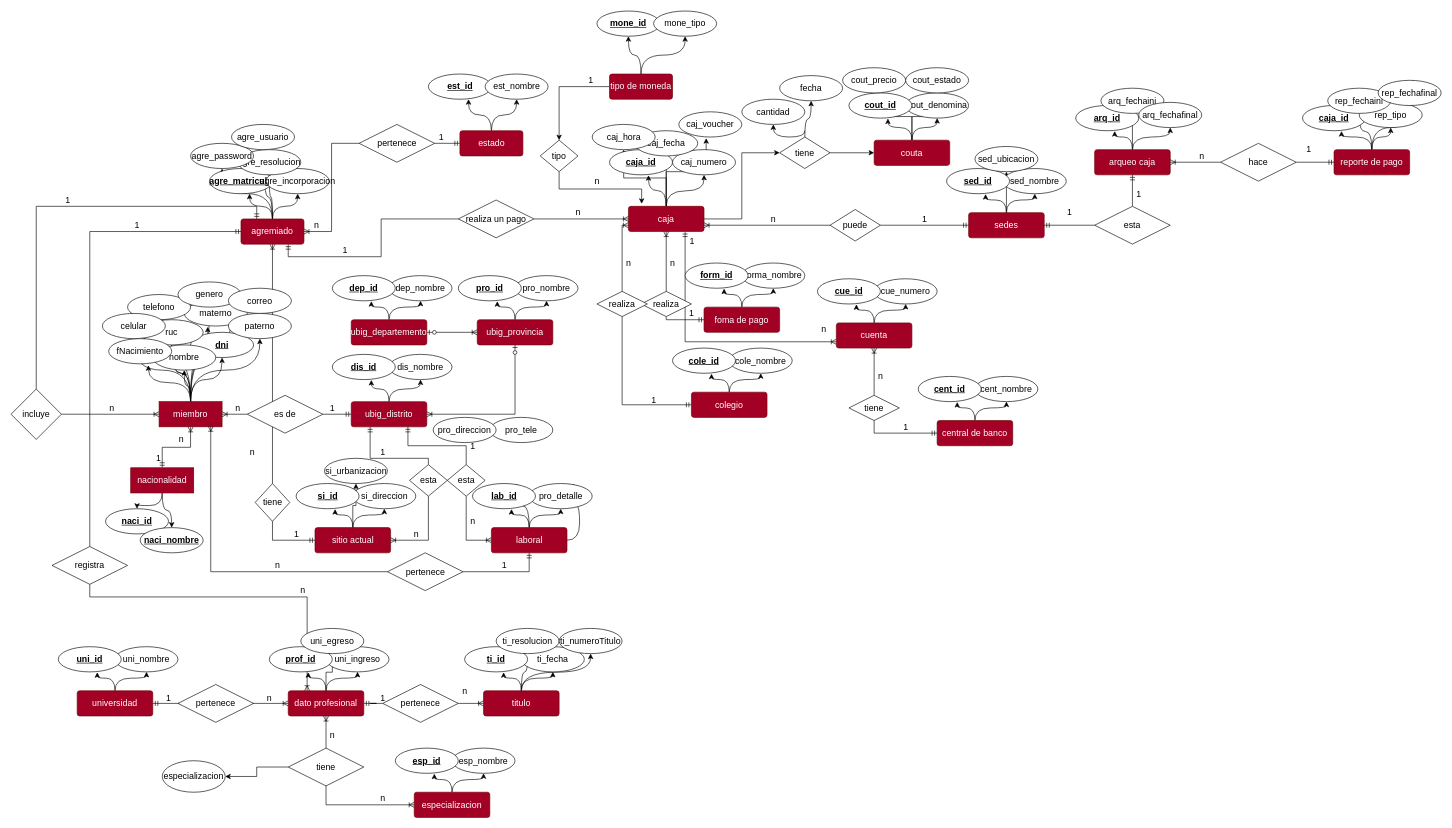
Above: examenbasededatos.drawio in armindnwyr/tda3 (draw.io), before the change. Source tidied: cells renumbered, new cells numbered last; positions are measured from the earlier drawing's top-left corner, leaving out a move shared by most shapes. Both pictures are drawn from the tidied source at 63%, with x=0, y=0 at pixel (11, 11).
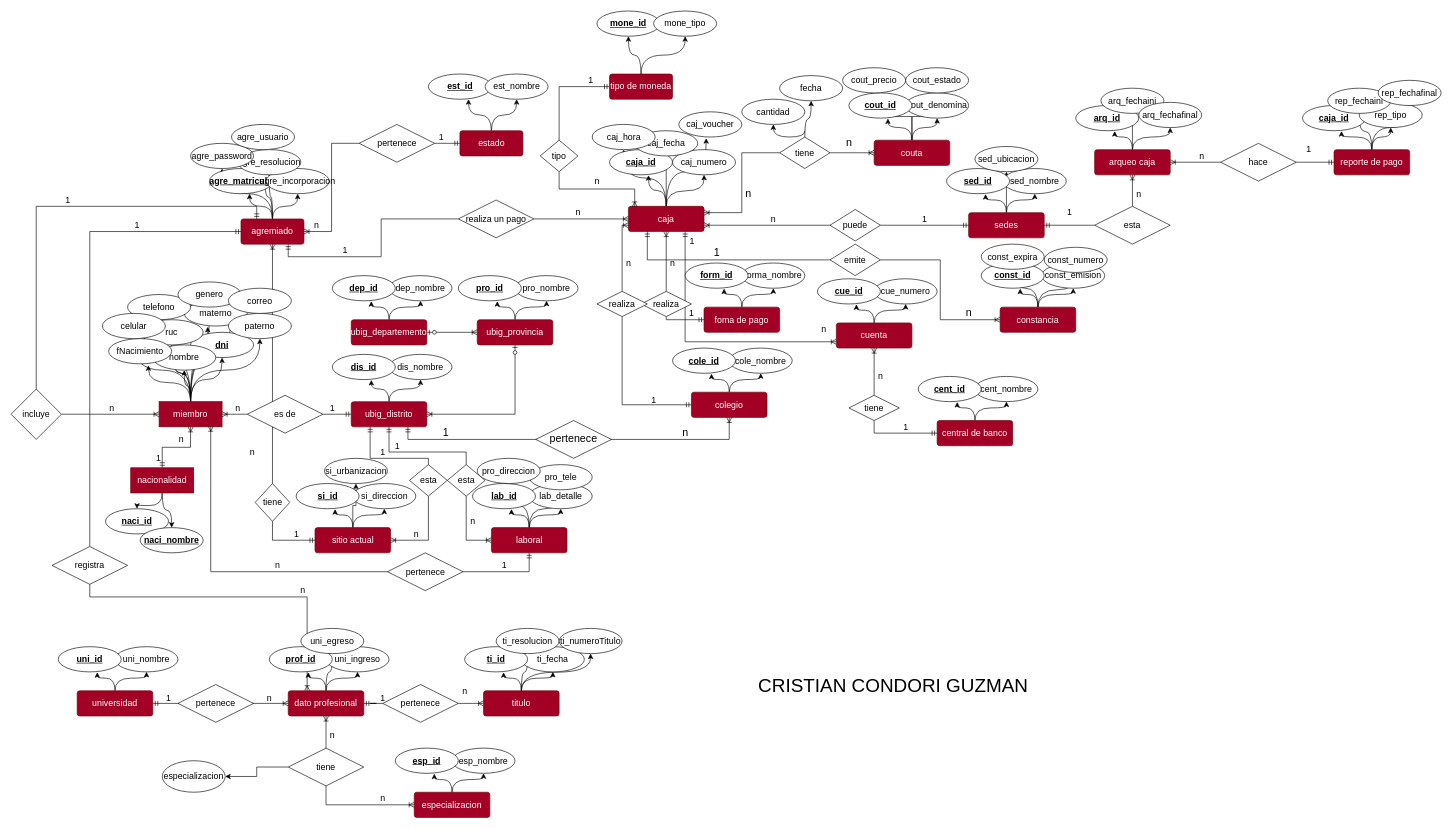
The same page after the edit.

Unchanged cells that the change refers to:
```xml
<mxCell id="44" value="ubig_distrito" style="rounded=1;arcSize=10;whiteSpace=wrap;html=1;align=center;fillColor=#a20025;strokeColor=#6F0000;fontColor=#ffffff;fontSize=14;" parent="1" vertex="1">
  <mxGeometry x="540" y="620" width="120" height="40" as="geometry" />
</mxCell>
<mxCell id="51" value="laboral" style="rounded=1;arcSize=10;whiteSpace=wrap;html=1;align=center;fillColor=#a20025;strokeColor=#6F0000;fontColor=#ffffff;fontSize=14;" parent="1" vertex="1">
  <mxGeometry x="762.5" y="820" width="120" height="40" as="geometry" />
</mxCell>
<mxCell id="90" value="dato profesional" style="rounded=1;arcSize=10;whiteSpace=wrap;html=1;align=center;fillColor=#a20025;strokeColor=#6F0000;fontColor=#ffffff;fontSize=14;" parent="1" vertex="1">
  <mxGeometry x="440" y="1079" width="120" height="40" as="geometry" />
</mxCell>
<mxCell id="93" value="uni_egreso" style="ellipse;whiteSpace=wrap;html=1;align=center;fontSize=14;" parent="1" vertex="1">
  <mxGeometry x="460" y="980" width="100" height="40" as="geometry" />
</mxCell>
<mxCell id="126" value="couta" style="rounded=1;arcSize=10;whiteSpace=wrap;html=1;align=center;fillColor=#a20025;strokeColor=#6F0000;fontColor=#ffffff;fontSize=14;" parent="1" vertex="1">
  <mxGeometry x="1370" y="205" width="120" height="40" as="geometry" />
</mxCell>
<mxCell id="137" value="caja" style="rounded=1;arcSize=10;whiteSpace=wrap;html=1;align=center;fillColor=#a20025;strokeColor=#6F0000;fontColor=#ffffff;fontSize=14;" parent="1" vertex="1">
  <mxGeometry x="980" y="310" width="120" height="40" as="geometry" />
</mxCell>
<mxCell id="140" value="caj_fecha" style="ellipse;whiteSpace=wrap;html=1;align=center;fontSize=14;" parent="1" vertex="1">
  <mxGeometry x="990" y="190" width="100" height="40" as="geometry" />
</mxCell>
<mxCell id="160" value="esta" style="shape=rhombus;perimeter=rhombusPerimeter;whiteSpace=wrap;html=1;align=center;fontSize=14;" parent="1" vertex="1">
  <mxGeometry x="692.5" y="720" width="60" height="50" as="geometry" />
</mxCell>
<mxCell id="208" value="caj_hora" style="ellipse;whiteSpace=wrap;html=1;align=center;fontSize=14;" parent="1" vertex="1">
  <mxGeometry x="922.5" y="180" width="100" height="40" as="geometry" />
</mxCell>
<mxCell id="209" value="caj_voucher" style="ellipse;whiteSpace=wrap;html=1;align=center;fontSize=14;" parent="1" vertex="1">
  <mxGeometry x="1060" y="160" width="100" height="40" as="geometry" />
</mxCell>
<mxCell id="233" value="tiene" style="shape=rhombus;perimeter=rhombusPerimeter;whiteSpace=wrap;html=1;align=center;fontSize=14;" parent="1" vertex="1">
  <mxGeometry x="1220" y="200" width="80" height="50" as="geometry" />
</mxCell>
<mxCell id="241" value="tipo de moneda" style="rounded=1;arcSize=10;whiteSpace=wrap;html=1;align=center;fillColor=#a20025;strokeColor=#6F0000;fontColor=#ffffff;fontSize=14;" parent="1" vertex="1">
  <mxGeometry x="950" y="100" width="100" height="40" as="geometry" />
</mxCell>
<mxCell id="245" value="tipo" style="shape=rhombus;perimeter=rhombusPerimeter;whiteSpace=wrap;html=1;align=center;fontSize=14;" parent="1" vertex="1">
  <mxGeometry x="840" y="205" width="60" height="50" as="geometry" />
</mxCell>
<mxCell id="250" value="colegio" style="rounded=1;arcSize=10;whiteSpace=wrap;html=1;align=center;fillColor=#a20025;strokeColor=#6F0000;fontColor=#ffffff;fontSize=14;" parent="1" vertex="1">
  <mxGeometry x="1080" y="605" width="120" height="40" as="geometry" />
</mxCell>
<mxCell id="265" value="esta" style="shape=rhombus;perimeter=rhombusPerimeter;whiteSpace=wrap;html=1;align=center;fontSize=14;" parent="1" vertex="1">
  <mxGeometry x="1720" y="310" width="120" height="60" as="geometry" />
</mxCell>
<mxCell id="269" value="arqueo caja" style="rounded=1;arcSize=10;whiteSpace=wrap;html=1;align=center;fillColor=#a20025;strokeColor=#6F0000;fontColor=#ffffff;fontSize=14;" parent="1" vertex="1">
  <mxGeometry x="1720" y="220" width="120" height="40" as="geometry" />
</mxCell>
```

The edit, as a diff of the source:
```diff
@@
+    <mxCell id="280" style="edgeStyle=orthogonalEdgeStyle;rounded=0;jettySize=auto;html=1;exitX=0.75;exitY=1;exitDx=0;exitDy=0;startArrow=ERmandOne;startFill=0;endArrow=ERoneToMany;endFill=0;fontSize=17;entryX=0.5;entryY=1;entryDx=0;entryDy=0;" parent="1" edge="1" source="44" target="250">
+      <mxGeometry relative="1" as="geometry" />
+    </mxCell>
@@
-    <mxCell id="49" style="edgeStyle=orthogonalEdgeStyle;curved=1;rounded=0;jettySize=auto;html=1;fontSize=14;" parent="1" edge="1" source="51">
-      <mxGeometry relative="1" as="geometry">
-        <mxPoint x="892.5" y="750" as="targetPoint" />
-      </mxGeometry>
-    </mxCell>
-    <mxCell id="50" style="edgeStyle=orthogonalEdgeStyle;curved=1;rounded=0;jettySize=auto;html=1;fontSize=14;" parent="1" edge="1" source="51">
-      <mxGeometry relative="1" as="geometry">
-        <mxPoint x="802.5" y="750" as="targetPoint" />
-      </mxGeometry>
-    </mxCell>
+    <mxCell id="281" style="edgeStyle=orthogonalEdgeStyle;curved=1;rounded=0;jettySize=auto;html=1;startArrow=none;startFill=0;endArrow=classic;endFill=1;fontSize=17;" parent="1" edge="1" source="51" target="55">
+      <mxGeometry relative="1" as="geometry" />
+    </mxCell>
+    <mxCell id="282" style="edgeStyle=orthogonalEdgeStyle;curved=1;rounded=0;jettySize=auto;html=1;entryX=0.5;entryY=1;entryDx=0;entryDy=0;startArrow=none;startFill=0;endArrow=classic;endFill=1;fontSize=17;" parent="1" edge="1" source="51" target="54">
+      <mxGeometry relative="1" as="geometry" />
+    </mxCell>
@@
-    <mxCell id="52" value="pro_detalle" style="ellipse;whiteSpace=wrap;html=1;align=center;fontSize=14;" parent="1" vertex="1">
+    <mxCell id="52" value="lab_detalle" style="ellipse;whiteSpace=wrap;html=1;align=center;fontSize=14;" parent="1" vertex="1">
       <mxGeometry x="822.5" y="750" width="100" height="40" as="geometry" />
     </mxCell>
@@
     <mxCell id="54" value="pro_tele" style="ellipse;whiteSpace=wrap;html=1;align=center;fontSize=14;" parent="1" vertex="1">
-      <mxGeometry x="760" y="645" width="100" height="40" as="geometry" />
+      <mxGeometry x="822.5" y="720" width="100" height="40" as="geometry" />
     </mxCell>
     <mxCell id="55" value="pro_direccion" style="ellipse;whiteSpace=wrap;html=1;align=center;fontSize=14;" parent="1" vertex="1">
-      <mxGeometry x="670" y="645" width="100" height="40" as="geometry" />
+      <mxGeometry x="740" y="710" width="100" height="40" as="geometry" />
     </mxCell>
@@
-    <mxCell id="88" style="edgeStyle=orthogonalEdgeStyle;rounded=0;jettySize=auto;html=1;startArrow=none;startFill=0;endArrow=classic;endFill=1;fontSize=14;" parent="1" edge="1" source="90" target="93">
+    <mxCell id="88" style="edgeStyle=orthogonalEdgeStyle;rounded=0;jettySize=auto;html=1;startArrow=none;startFill=0;endArrow=classic;endFill=1;fontSize=14;curved=1;" parent="1" edge="1" source="90" target="93">
       <mxGeometry relative="1" as="geometry" />
     </mxCell>
@@
-    <mxCell id="131" style="edgeStyle=orthogonalEdgeStyle;rounded=0;jettySize=auto;html=1;startArrow=none;startFill=0;endArrow=classic;endFill=1;fontSize=14;" parent="1" edge="1" source="137" target="140">
+    <mxCell id="131" style="edgeStyle=orthogonalEdgeStyle;rounded=0;jettySize=auto;html=1;startArrow=none;startFill=0;endArrow=classic;endFill=1;fontSize=14;curved=1;" parent="1" edge="1" source="137" target="140">
       <mxGeometry relative="1" as="geometry" />
     </mxCell>
-    <mxCell id="132" style="edgeStyle=orthogonalEdgeStyle;rounded=0;jettySize=auto;html=1;entryX=0.434;entryY=1.046;entryDx=0;entryDy=0;entryPerimeter=0;startArrow=none;startFill=0;endArrow=classic;endFill=1;fontSize=14;" parent="1" edge="1" source="137" target="209">
+    <mxCell id="132" style="edgeStyle=orthogonalEdgeStyle;rounded=0;jettySize=auto;html=1;entryX=0.434;entryY=1.046;entryDx=0;entryDy=0;entryPerimeter=0;startArrow=none;startFill=0;endArrow=classic;endFill=1;fontSize=14;curved=1;" parent="1" edge="1" source="137" target="209">
       <mxGeometry relative="1" as="geometry" />
     </mxCell>
-    <mxCell id="133" style="edgeStyle=orthogonalEdgeStyle;rounded=0;jettySize=auto;html=1;startArrow=none;startFill=0;endArrow=classic;endFill=1;fontSize=14;" parent="1" edge="1" source="137" target="208">
+    <mxCell id="133" style="edgeStyle=orthogonalEdgeStyle;rounded=0;jettySize=auto;html=1;startArrow=none;startFill=0;endArrow=classic;endFill=1;fontSize=14;curved=1;" parent="1" edge="1" source="137" target="208">
       <mxGeometry relative="1" as="geometry" />
     </mxCell>
@@
-    <mxCell id="136" style="edgeStyle=orthogonalEdgeStyle;rounded=0;jettySize=auto;html=1;entryX=0;entryY=0.5;entryDx=0;entryDy=0;startArrow=none;startFill=0;endArrow=classic;endFill=1;fontSize=14;" parent="1" edge="1" source="137" target="233">
-      <mxGeometry relative="1" as="geometry" />
-    </mxCell>
@@
-    <mxCell id="161" style="edgeStyle=orthogonalEdgeStyle;rounded=0;jettySize=auto;html=1;entryX=0.5;entryY=0;entryDx=0;entryDy=0;startArrow=ERmandOne;startFill=0;endArrow=none;endFill=0;exitX=0.75;exitY=1;exitDx=0;exitDy=0;fontSize=14;" parent="1" edge="1" source="44" target="160">
-      <mxGeometry relative="1" as="geometry" />
+    <mxCell id="161" style="edgeStyle=orthogonalEdgeStyle;rounded=0;jettySize=auto;html=1;entryX=0.5;entryY=0;entryDx=0;entryDy=0;startArrow=ERmandOne;startFill=0;endArrow=none;endFill=0;exitX=0.5;exitY=1;exitDx=0;exitDy=0;fontSize=14;" parent="1" edge="1" source="44" target="160">
+      <mxGeometry relative="1" as="geometry">
+        <Array as="points">
+          <mxPoint x="600" y="700" />
+          <mxPoint x="723" y="700" />
+        </Array>
+      </mxGeometry>
     </mxCell>
     <mxCell id="162" value="1" style="text;html=1;align=center;verticalAlign=middle;fontSize=14;" parent="1" vertex="1">
-      <mxGeometry x="722.5" y="680" width="20" height="20" as="geometry" />
+      <mxGeometry x="602.5" y="680" width="20" height="20" as="geometry" />
     </mxCell>
@@
-    <mxCell id="232" style="edgeStyle=orthogonalEdgeStyle;rounded=0;jettySize=auto;html=1;entryX=0;entryY=0.5;entryDx=0;entryDy=0;startArrow=none;startFill=0;endArrow=classic;endFill=1;fontSize=14;" parent="1" edge="1" source="233" target="126">
+    <mxCell id="232" style="edgeStyle=orthogonalEdgeStyle;rounded=0;jettySize=auto;html=1;entryX=0;entryY=0.5;entryDx=0;entryDy=0;startArrow=none;startFill=0;endArrow=ERoneToMany;endFill=0;fontSize=14;" parent="1" edge="1" source="233" target="126">
       <mxGeometry relative="1" as="geometry" />
     </mxCell>
+    <mxCell id="283" style="edgeStyle=orthogonalEdgeStyle;rounded=0;jettySize=auto;html=1;entryX=1;entryY=0.25;entryDx=0;entryDy=0;startArrow=none;startFill=0;endArrow=ERoneToMany;endFill=0;fontSize=17;" parent="1" edge="1" source="233" target="137">
+      <mxGeometry relative="1" as="geometry" />
+    </mxCell>
@@
-    <mxCell id="240" style="edgeStyle=orthogonalEdgeStyle;rounded=0;jettySize=auto;html=1;entryX=0.5;entryY=0;entryDx=0;entryDy=0;startArrow=none;startFill=0;endArrow=classic;endFill=1;fontSize=14;" parent="1" edge="1" source="241" target="245">
+    <mxCell id="240" style="edgeStyle=orthogonalEdgeStyle;rounded=0;jettySize=auto;html=1;entryX=0.5;entryY=0;entryDx=0;entryDy=0;startArrow=ERmandOne;startFill=0;endArrow=none;endFill=0;fontSize=14;" parent="1" edge="1" source="241" target="245">
       <mxGeometry relative="1" as="geometry" />
     </mxCell>
@@
-    <mxCell id="244" style="edgeStyle=orthogonalEdgeStyle;rounded=0;jettySize=auto;html=1;entryX=0.175;entryY=-0.1;entryDx=0;entryDy=0;entryPerimeter=0;startArrow=none;startFill=0;endArrow=classic;endFill=1;exitX=0.5;exitY=1;exitDx=0;exitDy=0;fontSize=14;" parent="1" edge="1" source="245" target="137">
+    <mxCell id="244" style="edgeStyle=orthogonalEdgeStyle;rounded=0;jettySize=auto;html=1;entryX=0.083;entryY=0.025;entryDx=0;entryDy=0;entryPerimeter=0;startArrow=none;startFill=0;endArrow=ERoneToMany;endFill=0;exitX=0.5;exitY=1;exitDx=0;exitDy=0;fontSize=14;" parent="1" edge="1" source="245" target="137">
       <mxGeometry relative="1" as="geometry" />
     </mxCell>
@@
-    <mxCell id="264" style="edgeStyle=orthogonalEdgeStyle;rounded=0;jettySize=auto;html=1;entryX=0.5;entryY=1;entryDx=0;entryDy=0;startArrow=none;startFill=0;endArrow=ERmandOne;endFill=0;fontSize=14;" parent="1" edge="1" source="265" target="269">
+    <mxCell id="264" style="edgeStyle=orthogonalEdgeStyle;rounded=0;jettySize=auto;html=1;entryX=0.5;entryY=1;entryDx=0;entryDy=0;startArrow=none;startFill=0;endArrow=ERoneToMany;endFill=0;fontSize=14;" parent="1" edge="1" source="265" target="269">
       <mxGeometry relative="1" as="geometry" />
     </mxCell>
@@
-    <mxCell id="278" value="1" style="text;html=1;align=center;verticalAlign=middle;fontSize=14;" parent="1" vertex="1">
+    <mxCell id="278" value="n" style="text;html=1;align=center;verticalAlign=middle;fontSize=14;" parent="1" vertex="1">
       <mxGeometry x="1780" y="280" width="20" height="20" as="geometry" />
     </mxCell>
@@
+    <mxCell id="284" value="pertenece" style="shape=rhombus;perimeter=rhombusPerimeter;whiteSpace=wrap;html=1;align=center;fontSize=17;" parent="1" vertex="1">
+      <mxGeometry x="833" y="650" width="120" height="60" as="geometry" />
+    </mxCell>
+    <mxCell id="285" value="1" style="text;html=1;align=center;verticalAlign=middle;fontSize=17;" parent="1" vertex="1">
+      <mxGeometry x="680" y="655" width="20" height="30" as="geometry" />
+    </mxCell>
+    <mxCell id="286" value="n" style="text;html=1;align=center;verticalAlign=middle;fontSize=17;" parent="1" vertex="1">
+      <mxGeometry x="1060" y="655" width="20" height="30" as="geometry" />
+    </mxCell>
+    <mxCell id="287" value="n" style="text;html=1;align=center;verticalAlign=middle;fontSize=17;" parent="1" vertex="1">
+      <mxGeometry x="1320" y="195" width="20" height="30" as="geometry" />
+    </mxCell>
+    <mxCell id="288" value="n" style="text;html=1;align=center;verticalAlign=middle;fontSize=17;" parent="1" vertex="1">
+      <mxGeometry x="1160" y="275" width="20" height="30" as="geometry" />
+    </mxCell>
+    <mxCell id="289" value="&lt;font style=&quot;font-size: 30px&quot;&gt;CRISTIAN CONDORI GUZMAN&lt;/font&gt;" style="text;html=1;align=center;verticalAlign=middle;fontSize=17;" parent="1" vertex="1">
+      <mxGeometry x="1180" y="1055" width="440" height="30" as="geometry" />
+    </mxCell>
+    <mxCell id="290" style="edgeStyle=orthogonalEdgeStyle;curved=1;rounded=0;jettySize=auto;html=1;fontSize=14;" parent="1" edge="1" source="294" target="295">
+      <mxGeometry relative="1" as="geometry" />
+    </mxCell>
+    <mxCell id="291" style="edgeStyle=orthogonalEdgeStyle;curved=1;rounded=0;jettySize=auto;html=1;entryX=0.619;entryY=1.016;entryDx=0;entryDy=0;entryPerimeter=0;fontSize=14;" parent="1" edge="1" source="294" target="296">
+      <mxGeometry relative="1" as="geometry" />
+    </mxCell>
+    <mxCell id="292" style="edgeStyle=orthogonalEdgeStyle;rounded=0;jettySize=auto;html=1;entryX=0.5;entryY=1;entryDx=0;entryDy=0;startArrow=none;startFill=0;endArrow=classic;endFill=1;fontSize=17;curved=1;" parent="1" edge="1" source="294" target="302">
+      <mxGeometry relative="1" as="geometry" />
+    </mxCell>
+    <mxCell id="293" style="edgeStyle=orthogonalEdgeStyle;rounded=0;jettySize=auto;html=1;startArrow=none;startFill=0;endArrow=classic;endFill=1;fontSize=17;curved=1;" parent="1" edge="1" source="294" target="303">
+      <mxGeometry relative="1" as="geometry" />
+    </mxCell>
+    <mxCell id="294" value="constancia" style="rounded=1;arcSize=10;whiteSpace=wrap;html=1;align=center;fillColor=#a20025;strokeColor=#6F0000;fontColor=#ffffff;fontSize=14;" parent="1" vertex="1">
+      <mxGeometry x="1570" y="470" width="120" height="40" as="geometry" />
+    </mxCell>
+    <mxCell id="295" value="const_emision" style="ellipse;whiteSpace=wrap;html=1;align=center;fontSize=14;" parent="1" vertex="1">
+      <mxGeometry x="1636" y="400" width="100" height="40" as="geometry" />
+    </mxCell>
+    <mxCell id="296" value="&lt;b style=&quot;font-size: 14px&quot;&gt;&lt;u style=&quot;font-size: 14px&quot;&gt;const_id&lt;/u&gt;&lt;/b&gt;" style="ellipse;whiteSpace=wrap;html=1;align=center;fontSize=14;" parent="1" vertex="1">
+      <mxGeometry x="1540" y="400" width="100" height="40" as="geometry" />
+    </mxCell>
+    <mxCell id="297" style="edgeStyle=orthogonalEdgeStyle;rounded=0;jettySize=auto;html=1;entryX=0.25;entryY=1;entryDx=0;entryDy=0;startArrow=none;startFill=0;endArrow=ERmandOne;endFill=0;fontSize=17;" parent="1" edge="1" source="299" target="137">
+      <mxGeometry relative="1" as="geometry" />
+    </mxCell>
+    <mxCell id="298" style="edgeStyle=orthogonalEdgeStyle;rounded=0;jettySize=auto;html=1;entryX=0;entryY=0.5;entryDx=0;entryDy=0;startArrow=none;startFill=0;endArrow=ERoneToMany;endFill=0;fontSize=17;" parent="1" edge="1" source="299" target="294">
+      <mxGeometry relative="1" as="geometry" />
+    </mxCell>
+    <mxCell id="299" value="emite" style="shape=rhombus;perimeter=rhombusPerimeter;whiteSpace=wrap;html=1;align=center;fontSize=14;" parent="1" vertex="1">
+      <mxGeometry x="1300" y="370" width="80" height="50" as="geometry" />
+    </mxCell>
+    <mxCell id="300" value="1" style="text;html=1;align=center;verticalAlign=middle;fontSize=17;" parent="1" vertex="1">
+      <mxGeometry x="1110" y="370" width="20" height="30" as="geometry" />
+    </mxCell>
+    <mxCell id="301" value="n" style="text;html=1;align=center;verticalAlign=middle;fontSize=17;" parent="1" vertex="1">
+      <mxGeometry x="1510" y="465" width="20" height="30" as="geometry" />
+    </mxCell>
+    <mxCell id="302" value="const_expira" style="ellipse;whiteSpace=wrap;html=1;align=center;fontSize=14;" parent="1" vertex="1">
+      <mxGeometry x="1540" y="370" width="100" height="40" as="geometry" />
+    </mxCell>
+    <mxCell id="303" value="const_numero" style="ellipse;whiteSpace=wrap;html=1;align=center;fontSize=14;" parent="1" vertex="1">
+      <mxGeometry x="1640" y="375" width="100" height="40" as="geometry" />
+    </mxCell>
```
